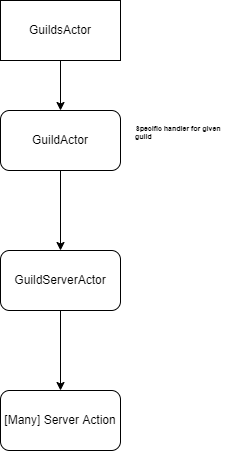
Above: docs/akka.drawio.png in shoter/OpenttdDiscord (draw.io), before the change. Source tidied: cells renumbered, new cells last; positions are measured from the earlier drawing's top-left corner, leaving out a move shared by most shapes.
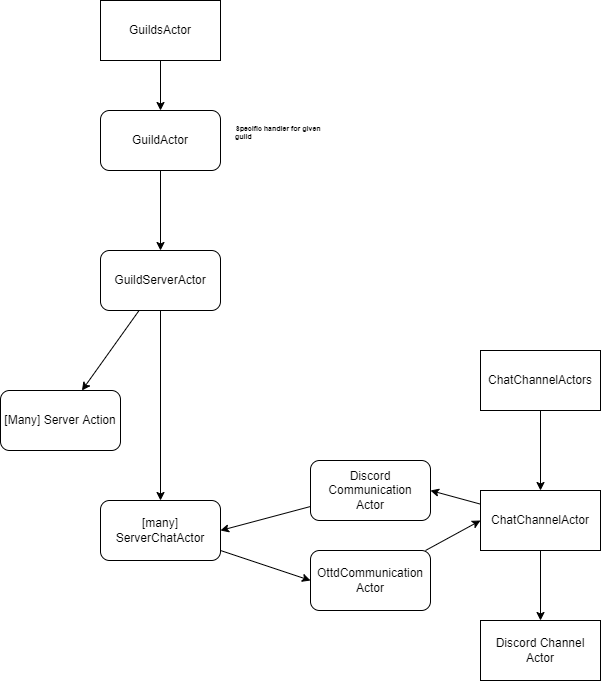
Above is the later version.

The edit, as a diff of the source:
```diff
@@ -20,11 +20,50 @@
     <mxCell id="7" style="edgeStyle=none;html=1;" parent="1" edge="1" source="8" target="9">
       <mxGeometry relative="1" as="geometry" />
     </mxCell>
+    <mxCell id="10" style="edgeStyle=none;html=1;entryX=0.5;entryY=0;entryDx=0;entryDy=0;" parent="1" edge="1" source="8" target="12">
+      <mxGeometry relative="1" as="geometry" />
+    </mxCell>
     <mxCell id="8" value="GuildServerActor" style="rounded=1;whiteSpace=wrap;html=1;" parent="1" vertex="1">
       <mxGeometry y="250" width="120" height="60" as="geometry" />
     </mxCell>
     <mxCell id="9" value="[Many] Server Action" style="rounded=1;whiteSpace=wrap;html=1;" parent="1" vertex="1">
-      <mxGeometry y="390" width="120" height="60" as="geometry" />
+      <mxGeometry x="-100" y="390" width="120" height="60" as="geometry" />
     </mxCell>
+    <mxCell id="11" style="edgeStyle=none;html=1;entryX=0;entryY=0.5;entryDx=0;entryDy=0;" parent="1" edge="1" source="12" target="16">
+      <mxGeometry relative="1" as="geometry" />
+    </mxCell>
+    <mxCell id="12" value="[many] ServerChatActor" style="rounded=1;whiteSpace=wrap;html=1;" parent="1" vertex="1">
+      <mxGeometry y="500" width="120" height="60" as="geometry" />
+    </mxCell>
+    <mxCell id="13" style="edgeStyle=none;html=1;entryX=1;entryY=0.5;entryDx=0;entryDy=0;" parent="1" edge="1" source="14" target="12">
+      <mxGeometry relative="1" as="geometry" />
+    </mxCell>
+    <mxCell id="14" value="Discord Communication&lt;br&gt;Actor" style="rounded=1;whiteSpace=wrap;html=1;" parent="1" vertex="1">
+      <mxGeometry x="210" y="460" width="120" height="60" as="geometry" />
+    </mxCell>
+    <mxCell id="15" style="edgeStyle=none;html=1;entryX=0;entryY=0.5;entryDx=0;entryDy=0;" parent="1" edge="1" source="16" target="21">
+      <mxGeometry relative="1" as="geometry" />
+    </mxCell>
+    <mxCell id="16" value="OttdCommunication&lt;br&gt;Actor" style="rounded=1;whiteSpace=wrap;html=1;" parent="1" vertex="1">
+      <mxGeometry x="210" y="550" width="120" height="60" as="geometry" />
+    </mxCell>
+    <mxCell id="17" style="edgeStyle=none;html=1;" parent="1" edge="1" source="18" target="21">
+      <mxGeometry relative="1" as="geometry" />
+    </mxCell>
+    <mxCell id="18" value="ChatChannelActors" style="rounded=0;whiteSpace=wrap;html=1;fontSize=12;" parent="1" vertex="1">
+      <mxGeometry x="380" y="350" width="120" height="60" as="geometry" />
+    </mxCell>
+    <mxCell id="19" style="edgeStyle=none;html=1;" parent="1" edge="1" source="21" target="22">
+      <mxGeometry relative="1" as="geometry" />
+    </mxCell>
+    <mxCell id="20" style="edgeStyle=none;html=1;entryX=1;entryY=0.5;entryDx=0;entryDy=0;" parent="1" edge="1" source="21" target="14">
+      <mxGeometry relative="1" as="geometry" />
+    </mxCell>
+    <mxCell id="21" value="ChatChannelActor" style="rounded=0;whiteSpace=wrap;html=1;fontSize=12;" parent="1" vertex="1">
+      <mxGeometry x="380" y="490" width="120" height="60" as="geometry" />
+    </mxCell>
+    <mxCell id="22" value="Discord Channel Actor" style="rounded=0;whiteSpace=wrap;html=1;fontSize=12;" parent="1" vertex="1">
+      <mxGeometry x="380" y="620" width="120" height="60" as="geometry" />
+    </mxCell>
   </root>
 </mxGraphModel>
```
